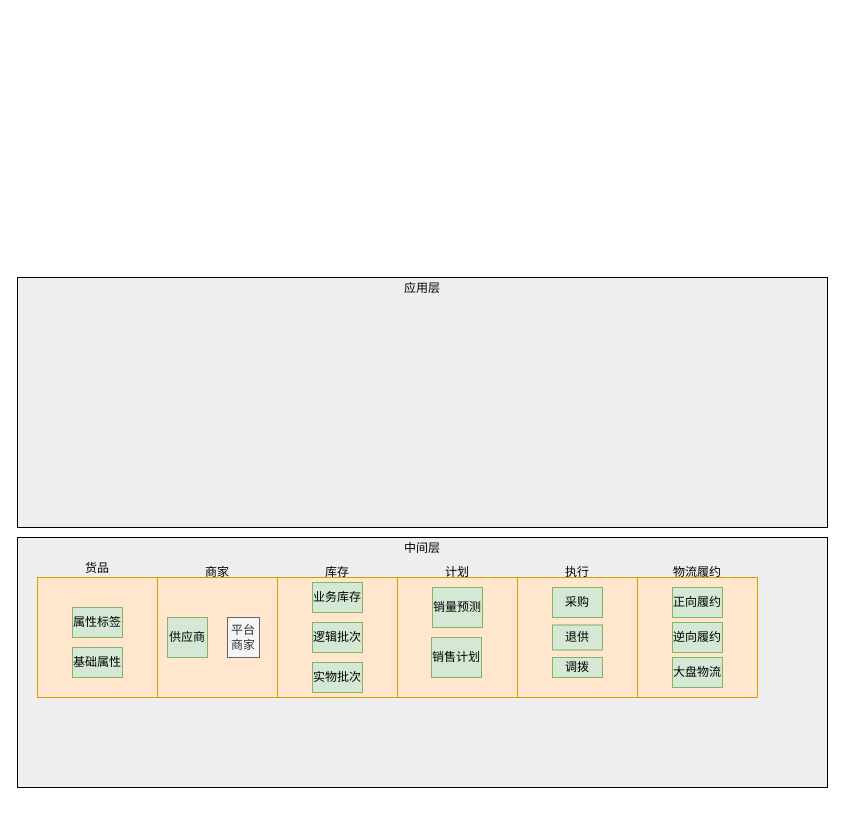
This is dataArchi.drawio from Thomas-liyan/common, a draw.io file, before an edit. Source tidied: cells renumbered, new cells numbered last; positions are measured from the earlier drawing's top-left corner, leaving out a move shared by most shapes. Both pictures are drawn from the tidied source at 100%, with x=0, y=0 at pixel (17, 277).
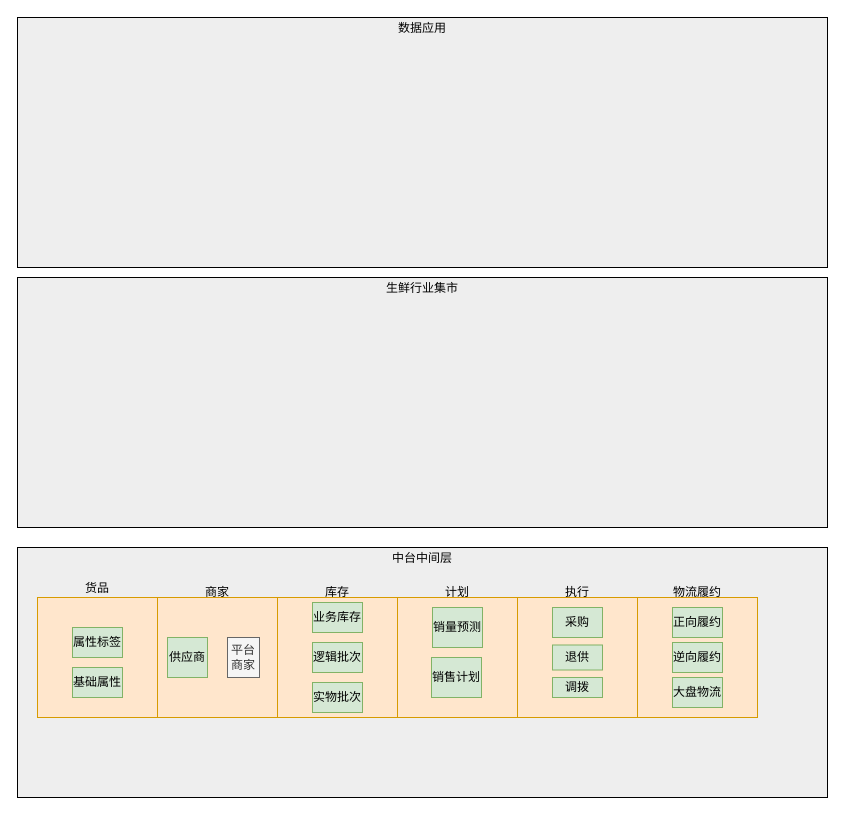
The same page after the edit.

Diff of the diagram source:
```diff
@@
+    <mxCell id="31" value="生鲜行业集市" style="rounded=0;whiteSpace=wrap;html=1;labelPosition=center;verticalLabelPosition=top;align=center;verticalAlign=bottom;spacingTop=0;spacingBottom=-20;fillColor=#EEEEEE;" parent="1" vertex="1">
+      <mxGeometry width="810" height="250" as="geometry" />
+    </mxCell>
+    <mxCell id="32" style="group;" parent="1" vertex="1">
+      <mxGeometry y="270" width="810" height="250" as="geometry" />
+    </mxCell>
-    <mxCell id="2" value="中间层" style="rounded=0;whiteSpace=wrap;html=1;labelPosition=center;verticalLabelPosition=top;align=center;verticalAlign=bottom;spacingTop=0;spacingBottom=-20;fillColor=#EEEEEE;" parent="1" vertex="1">
-      <mxGeometry y="260" width="810" height="250" as="geometry" />
+    <mxCell id="2" value="中台中间层" style="rounded=0;whiteSpace=wrap;html=1;labelPosition=center;verticalLabelPosition=top;align=center;verticalAlign=bottom;spacingTop=0;spacingBottom=-20;fillColor=#EEEEEE;" parent="32" vertex="1">
+      <mxGeometry width="810" height="250" as="geometry" />
     </mxCell>
-    <mxCell id="3" style="group;" parent="1" vertex="1">
-      <mxGeometry x="140" y="300" width="120" height="120" as="geometry" />
+    <mxCell id="3" style="group;" parent="32" vertex="1">
+      <mxGeometry x="140" y="50" width="120" height="120" as="geometry" />
     </mxCell>
@@
-    <mxCell id="7" style="group;" parent="1" vertex="1">
-      <mxGeometry x="260" y="300" width="120" height="120" as="geometry" />
+    <mxCell id="7" style="group;" parent="32" vertex="1">
+      <mxGeometry x="260" y="50" width="120" height="120" as="geometry" />
     </mxCell>
@@
-    <mxCell id="13" style="group;" parent="1" vertex="1">
-      <mxGeometry x="380" y="300" width="120" height="120" as="geometry" />
+    <mxCell id="13" style="group;" parent="32" vertex="1">
+      <mxGeometry x="380" y="50" width="120" height="120" as="geometry" />
     </mxCell>
@@
-    <mxCell id="17" style="group;" parent="1" vertex="1">
-      <mxGeometry x="500" y="300" width="120" height="120" as="geometry" />
+    <mxCell id="17" style="group;" parent="32" vertex="1">
+      <mxGeometry x="500" y="50" width="120" height="120" as="geometry" />
     </mxCell>
@@
-    <mxCell id="22" style="group;" parent="1" vertex="1">
-      <mxGeometry x="620" y="300" width="120" height="120" as="geometry" />
+    <mxCell id="22" style="group;" parent="32" vertex="1">
+      <mxGeometry x="620" y="50" width="120" height="120" as="geometry" />
     </mxCell>
@@
-    <mxCell id="27" style="group;" parent="1" vertex="1">
-      <mxGeometry x="20" y="300" width="120" height="120" as="geometry" />
+    <mxCell id="27" style="group;" parent="32" vertex="1">
+      <mxGeometry x="20" y="50" width="120" height="120" as="geometry" />
     </mxCell>
@@
-    <mxCell id="31" value="应用层" style="rounded=0;whiteSpace=wrap;html=1;labelPosition=center;verticalLabelPosition=top;align=center;verticalAlign=bottom;spacingTop=0;spacingBottom=-20;fillColor=#EEEEEE;" parent="1" vertex="1">
-      <mxGeometry width="810" height="250" as="geometry" />
-    </mxCell>
+    <mxCell id="33" value="数据应用" style="rounded=0;whiteSpace=wrap;html=1;labelPosition=center;verticalLabelPosition=top;align=center;verticalAlign=bottom;spacingTop=0;spacingBottom=-20;fillColor=#EEEEEE;" parent="1" vertex="1">
+      <mxGeometry y="-260" width="810" height="250" as="geometry" />
+    </mxCell>
```
